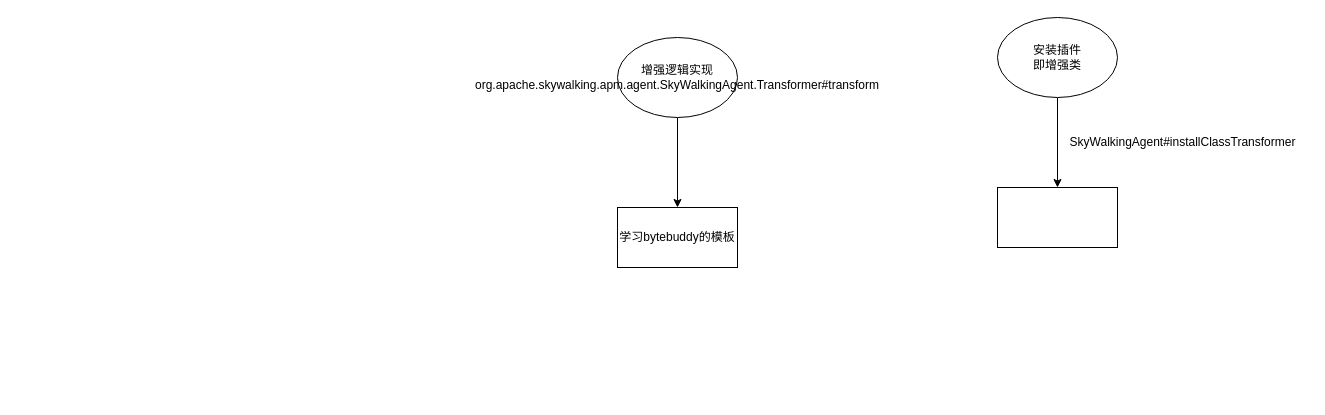
The draw.io diagram docs/drawio/skywalking/1.3 通过插件增强类.drawio in heihei180/note, before the edit. Source tidied: cells renumbered, new cells numbered last; positions are measured from the earlier drawing's top-left corner, leaving out a move shared by most shapes. Both pictures are drawn from the tidied source at 100%, with x=0, y=0 at pixel (617, 17).
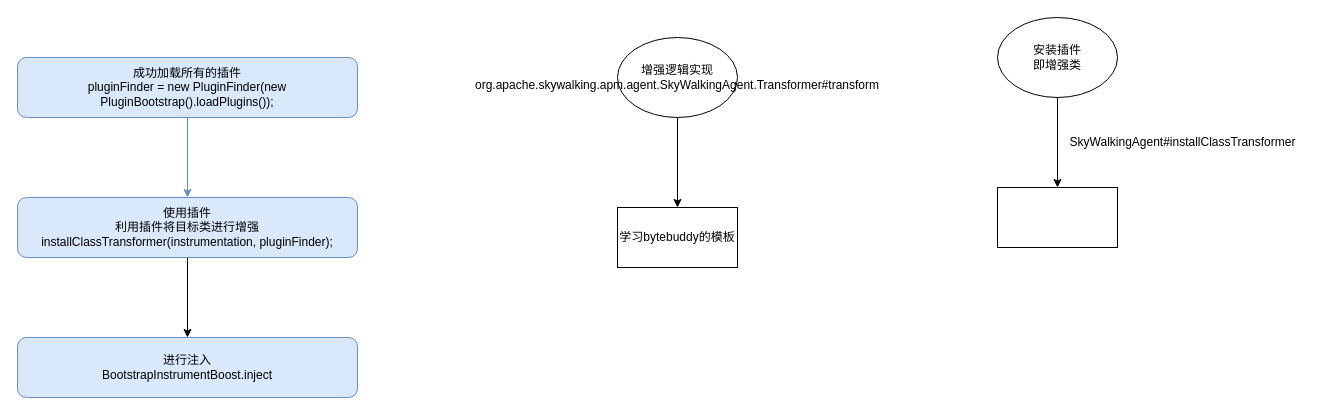
Above is the later version.

Diff of the diagram source:
```diff
@@
 <mxGraphModel>
   <root>
     <mxCell id="0" />
     <mxCell id="1" parent="0" />
     <mxCell id="2" style="edgeStyle=orthogonalEdgeStyle;rounded=0;jettySize=auto;html=1;" parent="1" edge="1" source="3" target="4">
       <mxGeometry relative="1" as="geometry" />
     </mxCell>
     <mxCell id="3" value="安装插件&lt;div&gt;即增强类&lt;/div&gt;" style="ellipse;whiteSpace=wrap;html=1;" parent="1" vertex="1">
       <mxGeometry x="380" width="120" height="80" as="geometry" />
     </mxCell>
     <mxCell id="4" style="whiteSpace=wrap;html=1;" parent="1" vertex="1">
       <mxGeometry x="380" y="170" width="120" height="60" as="geometry" />
     </mxCell>
     <mxCell id="5" value="SkyWalkingAgent#installClassTransformer" style="text;html=1;align=center;verticalAlign=middle;strokeColor=none;fillColor=none;" parent="1" vertex="1">
       <mxGeometry x="440" y="110" width="250" height="30" as="geometry" />
     </mxCell>
     <mxCell id="6" style="edgeStyle=orthogonalEdgeStyle;rounded=0;jettySize=auto;html=1;" parent="1" edge="1" source="7" target="8">
       <mxGeometry relative="1" as="geometry" />
     </mxCell>
     <mxCell id="7" value="增强逻辑实现&lt;div&gt;org.apache.skywalking.apm.agent.SkyWalkingAgent.Transformer#transform&lt;br&gt;&lt;/div&gt;" style="ellipse;whiteSpace=wrap;html=1;" parent="1" vertex="1">
       <mxGeometry y="20" width="120" height="80" as="geometry" />
     </mxCell>
     <mxCell id="8" value="学习bytebuddy的模板" style="whiteSpace=wrap;html=1;" parent="1" vertex="1">
       <mxGeometry y="190" width="120" height="60" as="geometry" />
     </mxCell>
+    <mxCell id="9" style="edgeStyle=orthogonalEdgeStyle;rounded=0;jettySize=auto;html=1;fillColor=#dae8fc;strokeColor=#6c8ebf;" parent="1" edge="1" source="10" target="12">
+      <mxGeometry relative="1" as="geometry" />
+    </mxCell>
+    <mxCell id="10" value="成功加载所有的插件&lt;div&gt;pluginFinder = new PluginFinder(new PluginBootstrap().loadPlugins());&lt;br&gt;&lt;/div&gt;" style="rounded=1;whiteSpace=wrap;html=1;fillColor=#dae8fc;strokeColor=#6c8ebf;" parent="1" vertex="1">
+      <mxGeometry x="-600" y="40" width="340" height="60" as="geometry" />
+    </mxCell>
+    <mxCell id="11" style="edgeStyle=orthogonalEdgeStyle;rounded=0;jettySize=auto;html=1;" parent="1" edge="1" source="12" target="13">
+      <mxGeometry relative="1" as="geometry" />
+    </mxCell>
+    <mxCell id="12" value="&lt;div&gt;使用插件&lt;/div&gt;&lt;div&gt;利用插件将目标类进行增强&lt;/div&gt;&lt;div&gt;installClassTransformer(instrumentation, pluginFinder);&lt;br&gt;&lt;/div&gt;" style="rounded=1;whiteSpace=wrap;html=1;fillColor=#dae8fc;strokeColor=#6c8ebf;" parent="1" vertex="1">
+      <mxGeometry x="-600" y="180" width="340" height="60" as="geometry" />
+    </mxCell>
+    <mxCell id="13" value="&lt;div&gt;进行注入&lt;/div&gt;&lt;div&gt;&lt;span style=&quot;background-color: initial;&quot;&gt;BootstrapInstrumentBoost.inject&lt;/span&gt;&lt;/div&gt;" style="rounded=1;whiteSpace=wrap;html=1;fillColor=#dae8fc;strokeColor=#6c8ebf;" parent="1" vertex="1">
+      <mxGeometry x="-600" y="320" width="340" height="60" as="geometry" />
+    </mxCell>
   </root>
 </mxGraphModel>
```
